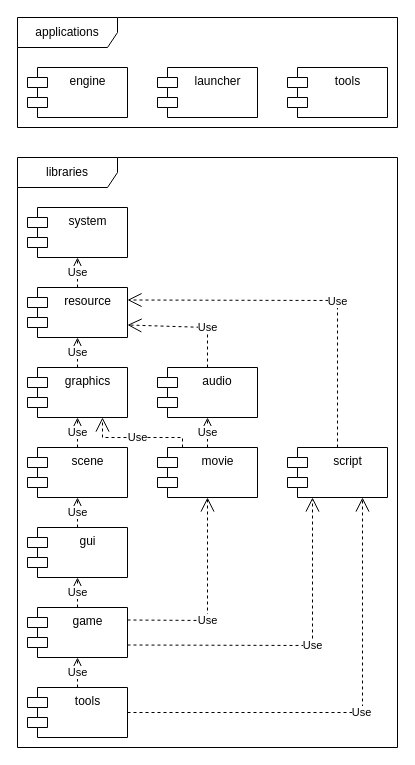
This is doc/diagram/modules.drawio from seedhartha/reone, a draw.io file, before an edit. Source tidied: cells renumbered, new cells numbered last; positions are measured from the earlier drawing's top-left corner, leaving out a move shared by most shapes. Both pictures are drawn from the tidied source at 100%, with x=0, y=0 at pixel (17, 17).
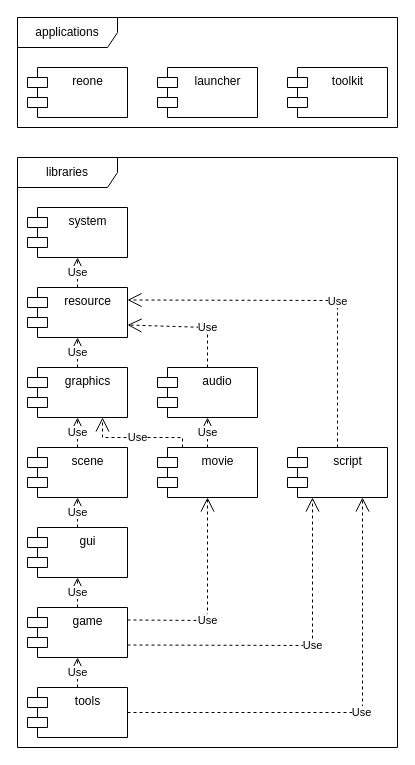
The same page after the edit.

What changed in the source:
```diff
@@
-    <mxCell id="14" value="engine" style="shape=module;align=left;spacingLeft=20;align=center;verticalAlign=top;html=1;" parent="1" vertex="1">
+    <mxCell id="14" value="reone" style="shape=module;align=left;spacingLeft=20;align=center;verticalAlign=top;html=1;" parent="1" vertex="1">
       <mxGeometry x="10" y="50" width="100" height="50" as="geometry" />
     </mxCell>
-    <mxCell id="15" value="tools" style="shape=module;align=left;spacingLeft=20;align=center;verticalAlign=top;html=1;" parent="1" vertex="1">
+    <mxCell id="15" value="toolkit" style="shape=module;align=left;spacingLeft=20;align=center;verticalAlign=top;html=1;" parent="1" vertex="1">
       <mxGeometry x="270" y="50" width="100" height="50" as="geometry" />
     </mxCell>
```
